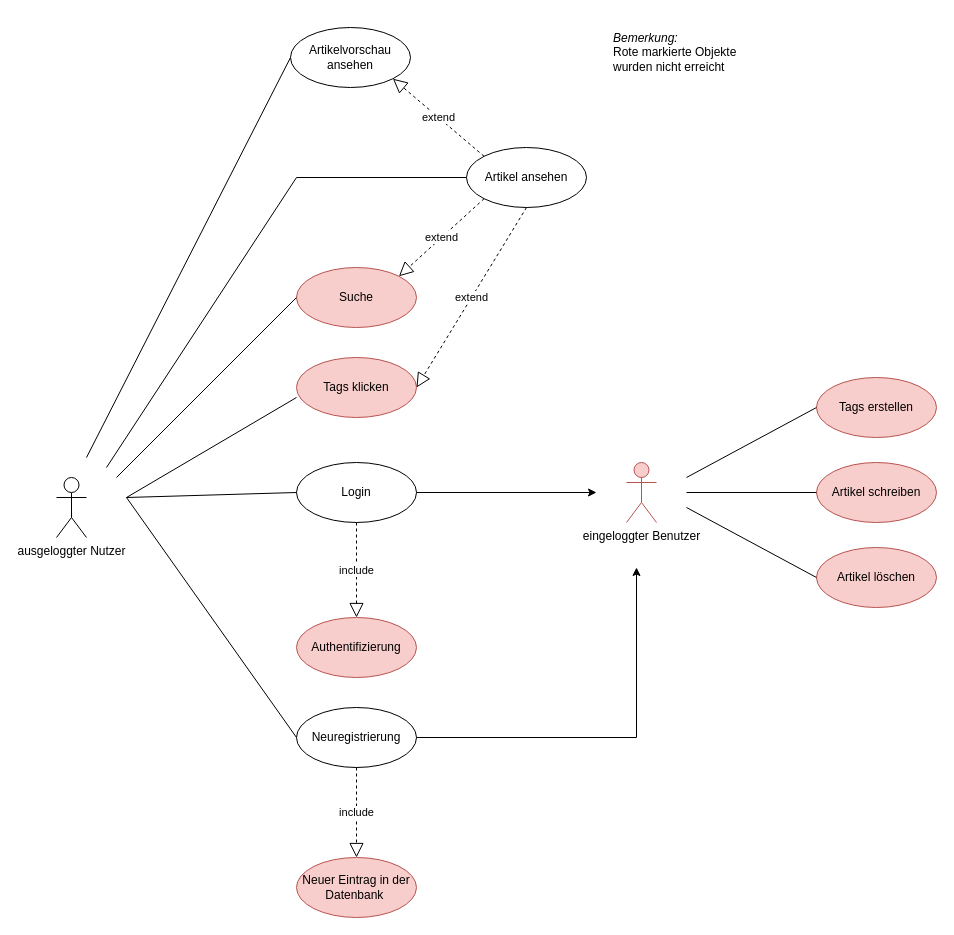
Before: Dokumentation/Anwendungsfall.drawio in CoffeeAddict987/Technik_Blog, a draw.io diagram. Source tidied: cells renumbered, new cells numbered last; positions are measured from the earlier drawing's top-left corner, leaving out a move shared by most shapes. Both pictures are drawn from the tidied source at 100%, with x=0, y=0 at pixel (56, 17).
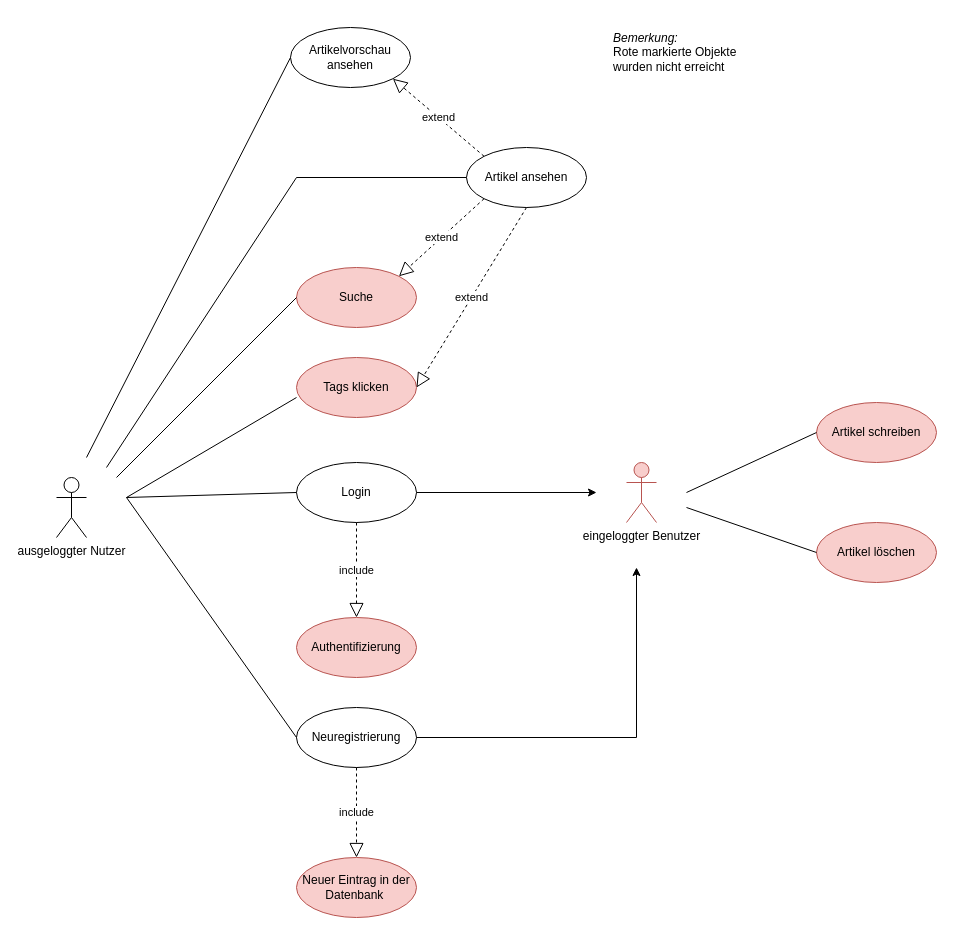
The same page after the edit.

Diff of the diagram source:
```diff
@@
-    <mxCell id="6" value="Tags erstellen" style="ellipse;whiteSpace=wrap;html=1;fillColor=#f8cecc;strokeColor=#b85450;" parent="1" vertex="1">
-      <mxGeometry x="760" y="360" width="120" height="60" as="geometry" />
-    </mxCell>
     <mxCell id="7" value="Artikel schreiben" style="ellipse;whiteSpace=wrap;html=1;fillColor=#f8cecc;strokeColor=#b85450;" parent="1" vertex="1">
-      <mxGeometry x="760" y="445" width="120" height="60" as="geometry" />
+      <mxGeometry x="760" y="385" width="120" height="60" as="geometry" />
     </mxCell>
@@
     <mxCell id="15" value="Artikel löschen" style="ellipse;whiteSpace=wrap;html=1;fillColor=#f8cecc;strokeColor=#b85450;" parent="1" vertex="1">
-      <mxGeometry x="760" y="530" width="120" height="60" as="geometry" />
+      <mxGeometry x="760" y="505" width="120" height="60" as="geometry" />
     </mxCell>
@@
-    <mxCell id="21" style="endArrow=none;html=1;rounded=0;entryX=0;entryY=0.5;entryDx=0;entryDy=0;" parent="1" edge="1" target="6">
-      <mxGeometry relative="1" as="geometry">
-        <mxPoint x="630" y="460" as="sourcePoint" />
-      </mxGeometry>
-    </mxCell>
```
